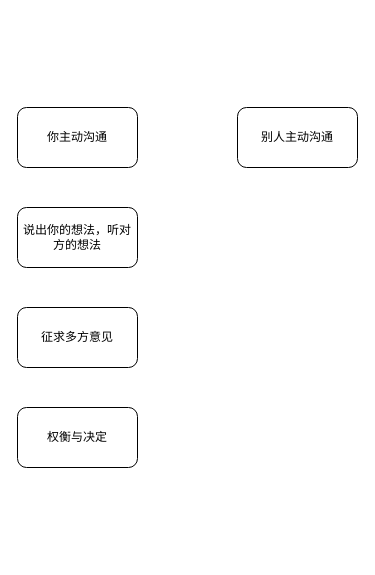
Chenguoqing2008/drawio keeps this draw.io diagram as communication.drawio. Above is the earlier version. Source tidied: cells renumbered, new cells numbered last; positions are measured from the earlier drawing's top-left corner, leaving out a move shared by most shapes. Both pictures are drawn from the tidied source at 100%, with x=0, y=0 at pixel (17, 107).
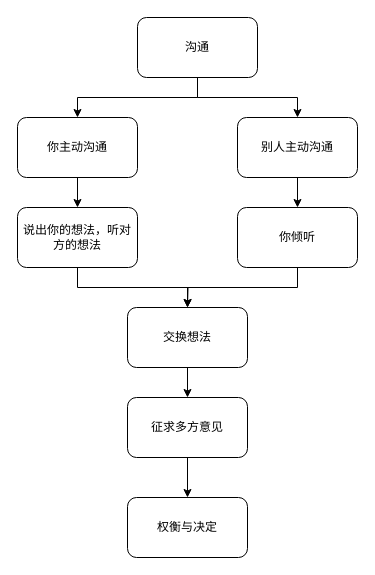
The same page after the edit.

The edit, as a diff of the source:
```diff
@@
 <mxGraphModel>
   <root>
     <mxCell id="0" />
     <mxCell id="1" parent="0" />
+    <mxCell id="7" style="edgeStyle=orthogonalEdgeStyle;rounded=0;jettySize=auto;html=1;exitX=0.5;exitY=1;exitDx=0;exitDy=0;entryX=0.5;entryY=0;entryDx=0;entryDy=0;" parent="1" edge="1" source="2" target="3">
+      <mxGeometry relative="1" as="geometry" />
+    </mxCell>
     <mxCell id="2" value="你主动沟通" style="rounded=1;whiteSpace=wrap;html=1;" parent="1" vertex="1">
-      <mxGeometry width="120" height="60" as="geometry" />
+      <mxGeometry y="10" width="120" height="60" as="geometry" />
     </mxCell>
+    <mxCell id="8" style="edgeStyle=orthogonalEdgeStyle;rounded=0;jettySize=auto;html=1;exitX=0.5;exitY=1;exitDx=0;exitDy=0;" parent="1" edge="1" source="3">
+      <mxGeometry relative="1" as="geometry">
+        <mxPoint x="170" y="200" as="targetPoint" />
+      </mxGeometry>
+    </mxCell>
     <mxCell id="3" value="说出你的想法，听对方的想法" style="rounded=1;whiteSpace=wrap;html=1;" parent="1" vertex="1">
       <mxGeometry y="100" width="120" height="60" as="geometry" />
     </mxCell>
+    <mxCell id="9" style="edgeStyle=orthogonalEdgeStyle;rounded=0;jettySize=auto;html=1;exitX=0.5;exitY=1;exitDx=0;exitDy=0;entryX=0.5;entryY=0;entryDx=0;entryDy=0;" parent="1" edge="1" source="4" target="5">
+      <mxGeometry relative="1" as="geometry" />
+    </mxCell>
     <mxCell id="4" value="征求多方意见" style="rounded=1;whiteSpace=wrap;html=1;" parent="1" vertex="1">
-      <mxGeometry y="200" width="120" height="60" as="geometry" />
+      <mxGeometry x="110" y="290" width="120" height="60" as="geometry" />
     </mxCell>
     <mxCell id="5" value="权衡与决定" style="rounded=1;whiteSpace=wrap;html=1;" parent="1" vertex="1">
-      <mxGeometry y="300" width="120" height="60" as="geometry" />
+      <mxGeometry x="110" y="390" width="120" height="60" as="geometry" />
     </mxCell>
+    <mxCell id="10" style="edgeStyle=orthogonalEdgeStyle;rounded=0;jettySize=auto;html=1;exitX=0.5;exitY=1;exitDx=0;exitDy=0;entryX=0.5;entryY=0;entryDx=0;entryDy=0;" parent="1" edge="1" source="6" target="12">
+      <mxGeometry relative="1" as="geometry" />
+    </mxCell>
     <mxCell id="6" value="别人主动沟通" style="rounded=1;whiteSpace=wrap;html=1;" parent="1" vertex="1">
-      <mxGeometry x="220" width="120" height="60" as="geometry" />
+      <mxGeometry x="220" y="10" width="120" height="60" as="geometry" />
     </mxCell>
+    <mxCell id="11" style="edgeStyle=orthogonalEdgeStyle;rounded=0;jettySize=auto;html=1;exitX=0.5;exitY=1;exitDx=0;exitDy=0;entryX=0.5;entryY=0;entryDx=0;entryDy=0;" parent="1" edge="1" source="12" target="14">
+      <mxGeometry relative="1" as="geometry" />
+    </mxCell>
+    <mxCell id="12" value="你倾听" style="rounded=1;whiteSpace=wrap;html=1;" parent="1" vertex="1">
+      <mxGeometry x="220" y="100" width="120" height="60" as="geometry" />
+    </mxCell>
+    <mxCell id="13" style="edgeStyle=orthogonalEdgeStyle;rounded=0;jettySize=auto;html=1;exitX=0.5;exitY=1;exitDx=0;exitDy=0;entryX=0.5;entryY=0;entryDx=0;entryDy=0;" parent="1" edge="1" source="14" target="4">
+      <mxGeometry relative="1" as="geometry" />
+    </mxCell>
+    <mxCell id="14" value="交换想法" style="rounded=1;whiteSpace=wrap;html=1;" parent="1" vertex="1">
+      <mxGeometry x="110" y="200" width="120" height="60" as="geometry" />
+    </mxCell>
+    <mxCell id="15" style="edgeStyle=orthogonalEdgeStyle;rounded=0;jettySize=auto;html=1;exitX=0.5;exitY=1;exitDx=0;exitDy=0;entryX=0.5;entryY=0;entryDx=0;entryDy=0;" parent="1" edge="1" source="17" target="6">
+      <mxGeometry relative="1" as="geometry" />
+    </mxCell>
+    <mxCell id="16" style="edgeStyle=orthogonalEdgeStyle;rounded=0;jettySize=auto;html=1;exitX=0.5;exitY=1;exitDx=0;exitDy=0;entryX=0.5;entryY=0;entryDx=0;entryDy=0;" parent="1" edge="1" source="17" target="2">
+      <mxGeometry relative="1" as="geometry" />
+    </mxCell>
+    <mxCell id="17" value="沟通" style="rounded=1;whiteSpace=wrap;html=1;" parent="1" vertex="1">
+      <mxGeometry x="120" y="-90" width="120" height="60" as="geometry" />
+    </mxCell>
   </root>
 </mxGraphModel>
```
